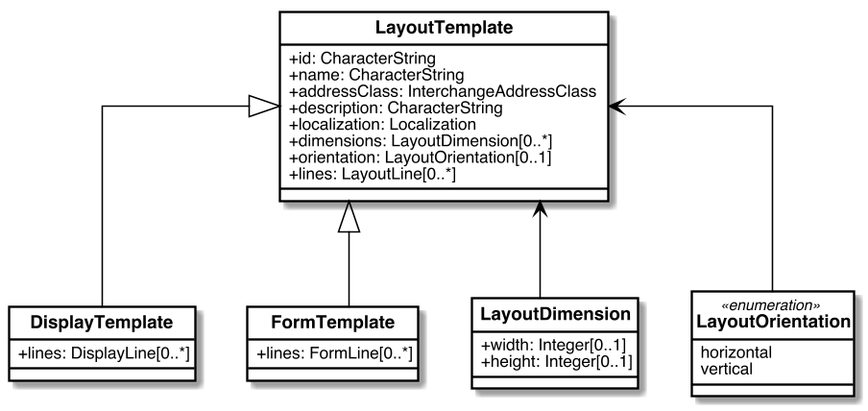
The PlantUML diagram images/LayoutTemplate.png in CalConnect/csd-digital-addresses, before a commit.
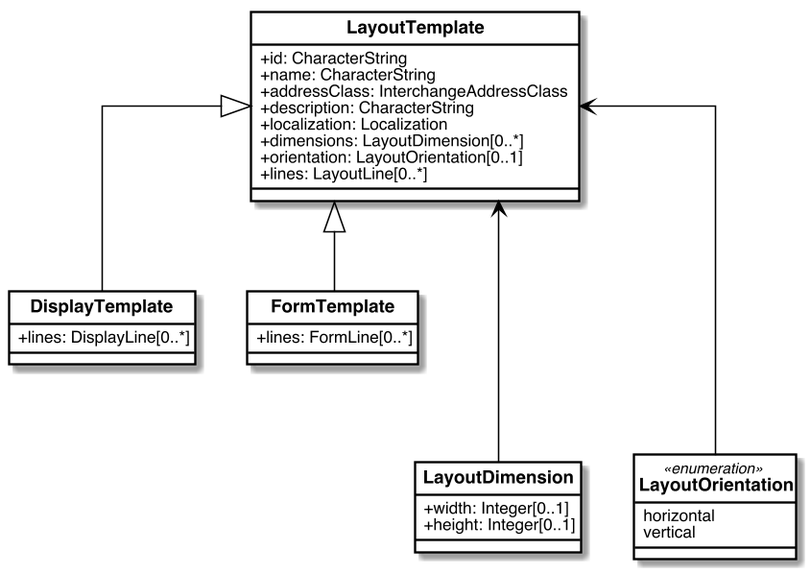
The same diagram one commit later.

The edit, as a diff of the source:
```diff
@@ -40,7 +40,7 @@
 
 
 
-class LayoutTemplate{
+class LayoutTemplate {
   +id: CharacterString
   +name: CharacterString
   +addressClass: InterchangeAddressClass
@@ -71,9 +71,10 @@
 
 
 
-LayoutTemplate <|-- DisplayTemplate
-LayoutTemplate <|-- FormTemplate
-LayoutDimension -up-> LayoutTemplate
-LayoutOrientation -up-> LayoutTemplate
+
+LayoutDimension --up-> LayoutTemplate
+DisplayTemplate -up-|> LayoutTemplate
+FormTemplate -up-|> LayoutTemplate
+LayoutOrientation --up-> LayoutTemplate
 
 @enduml
```
